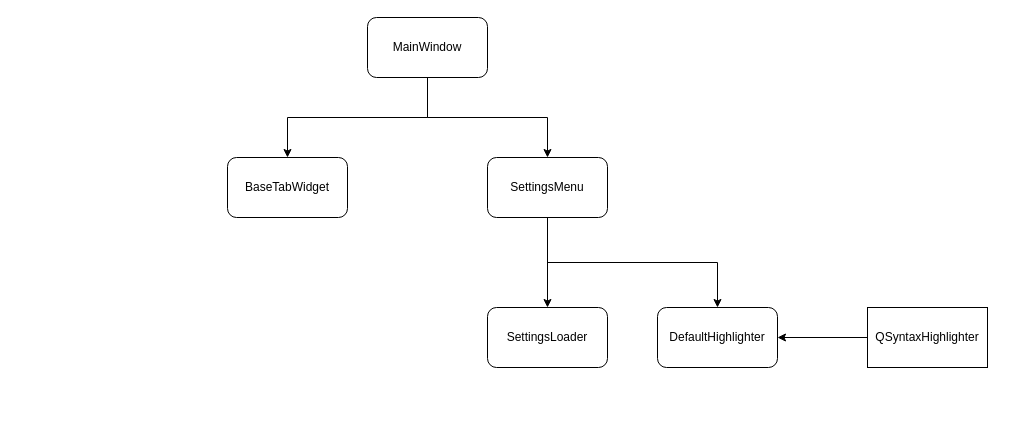
lucky-rydar/text-editor keeps this draw.io diagram as diagram.drawio. Above is the earlier version. Source tidied: cells renumbered, new cells numbered last; positions are measured from the earlier drawing's top-left corner, leaving out a move shared by most shapes. Both pictures are drawn from the tidied source at 100%, with x=0, y=0 at pixel (227, 17).
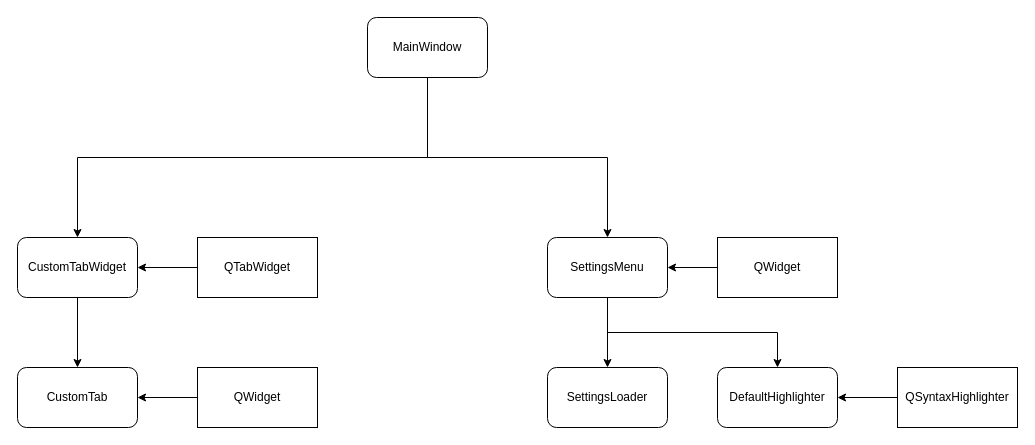
The same page after the edit.

Commit message (it also covers changes not shown here):
Added some base classes Updated diagram

Unchanged cells that the change refers to:
```xml
<mxCell id="4" value="MainWindow" style="rounded=1;whiteSpace=wrap;html=1;" parent="1" vertex="1">
  <mxGeometry x="140" width="120" height="60" as="geometry" />
</mxCell>
```

The edit, as a diff of the source:
```diff
@@
-    <mxCell id="3" style="edgeStyle=orthogonalEdgeStyle;rounded=0;jettySize=auto;html=1;exitX=0.5;exitY=1;exitDx=0;exitDy=0;entryX=0.5;entryY=0;entryDx=0;entryDy=0;" parent="1" edge="1" source="4" target="12">
-      <mxGeometry relative="1" as="geometry" />
-    </mxCell>
+    <mxCell id="13" style="edgeStyle=orthogonalEdgeStyle;rounded=0;jettySize=auto;html=1;exitX=0.5;exitY=1;exitDx=0;exitDy=0;" parent="1" edge="1" source="4" target="17">
+      <mxGeometry relative="1" as="geometry" />
+    </mxCell>
@@
     <mxCell id="7" value="SettingsMenu" style="rounded=1;whiteSpace=wrap;html=1;" parent="1" vertex="1">
-      <mxGeometry x="260" y="140" width="120" height="60" as="geometry" />
+      <mxGeometry x="320" y="220" width="120" height="60" as="geometry" />
     </mxCell>
     <mxCell id="8" value="SettingsLoader" style="rounded=1;whiteSpace=wrap;html=1;" parent="1" vertex="1">
-      <mxGeometry x="260" y="290" width="120" height="60" as="geometry" />
+      <mxGeometry x="320" y="350" width="120" height="60" as="geometry" />
     </mxCell>
     <mxCell id="9" value="DefaultHighlighter" style="rounded=1;whiteSpace=wrap;html=1;" parent="1" vertex="1">
-      <mxGeometry x="430" y="290" width="120" height="60" as="geometry" />
+      <mxGeometry x="490" y="350" width="120" height="60" as="geometry" />
     </mxCell>
@@
     <mxCell id="11" value="QSyntaxHighlighter" style="rounded=0;whiteSpace=wrap;html=1;" parent="1" vertex="1">
-      <mxGeometry x="640" y="290" width="120" height="60" as="geometry" />
+      <mxGeometry x="670" y="350" width="120" height="60" as="geometry" />
     </mxCell>
-    <mxCell id="12" value="BaseTabWidget" style="rounded=1;whiteSpace=wrap;html=1;" parent="1" vertex="1">
-      <mxGeometry y="140" width="120" height="60" as="geometry" />
+    <mxCell id="12" value="CustomTab" style="rounded=1;whiteSpace=wrap;html=1;" parent="1" vertex="1">
+      <mxGeometry x="-210" y="350" width="120" height="60" as="geometry" />
     </mxCell>
+    <mxCell id="14" style="edgeStyle=orthogonalEdgeStyle;rounded=0;jettySize=auto;html=1;" parent="1" edge="1" source="15" target="12">
+      <mxGeometry relative="1" as="geometry" />
+    </mxCell>
+    <mxCell id="15" value="QWidget" style="rounded=0;whiteSpace=wrap;html=1;" parent="1" vertex="1">
+      <mxGeometry x="-30" y="350" width="120" height="60" as="geometry" />
+    </mxCell>
+    <mxCell id="16" style="edgeStyle=orthogonalEdgeStyle;rounded=0;jettySize=auto;html=1;" parent="1" edge="1" source="17" target="12">
+      <mxGeometry relative="1" as="geometry" />
+    </mxCell>
+    <mxCell id="17" value="CustomTabWidget" style="rounded=1;whiteSpace=wrap;html=1;" parent="1" vertex="1">
+      <mxGeometry x="-210" y="220" width="120" height="60" as="geometry" />
+    </mxCell>
+    <mxCell id="18" style="edgeStyle=orthogonalEdgeStyle;rounded=0;jettySize=auto;html=1;" parent="1" edge="1" source="19" target="17">
+      <mxGeometry relative="1" as="geometry" />
+    </mxCell>
+    <mxCell id="19" value="QTabWidget" style="rounded=0;whiteSpace=wrap;html=1;" parent="1" vertex="1">
+      <mxGeometry x="-30" y="220" width="120" height="60" as="geometry" />
+    </mxCell>
+    <mxCell id="20" style="edgeStyle=orthogonalEdgeStyle;rounded=0;jettySize=auto;html=1;" parent="1" edge="1" source="21" target="7">
+      <mxGeometry relative="1" as="geometry" />
+    </mxCell>
+    <mxCell id="21" value="QWidget" style="rounded=0;whiteSpace=wrap;html=1;" parent="1" vertex="1">
+      <mxGeometry x="490" y="220" width="120" height="60" as="geometry" />
+    </mxCell>
```
